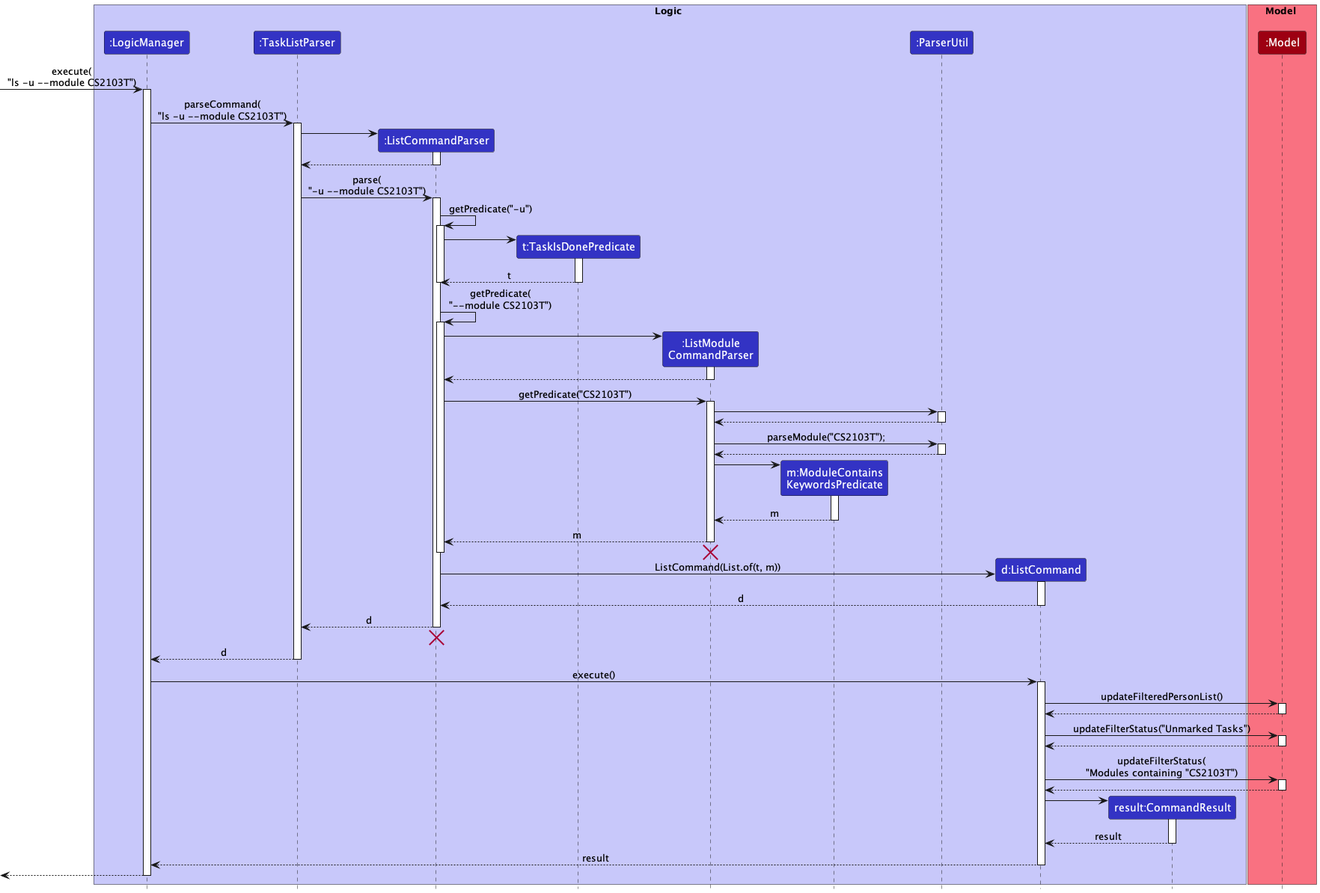
The PlantUML diagram docs/images/ListSequenceDiagram.png in nus-cs2103-AY2223S1/tp, before a commit.
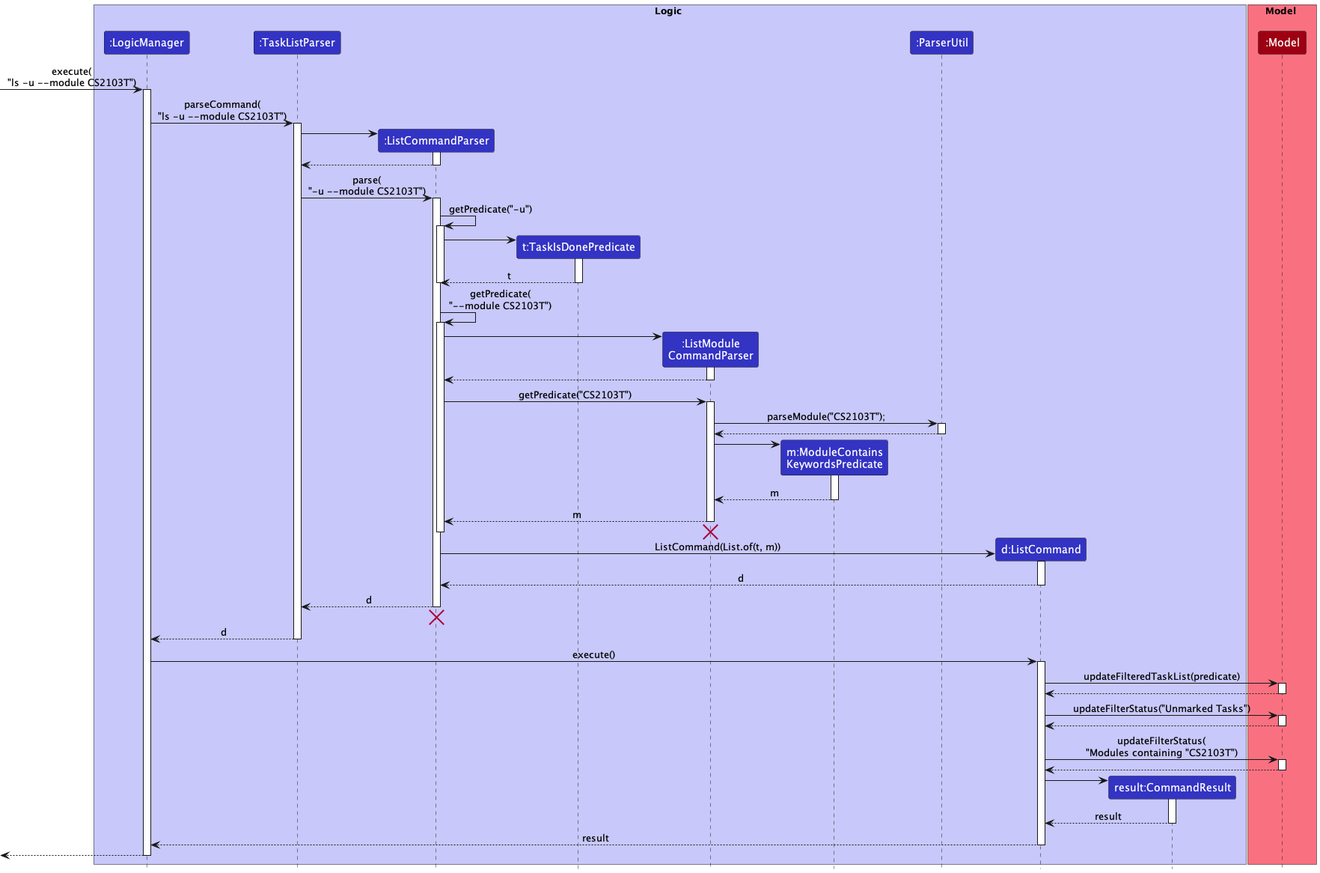
After the change.

The edit, as a diff of the source:
```diff
@@ -58,12 +58,6 @@
 ListCommandParser -> ListModuleCommandParser : getPredicate("CS2103T")
 activate ListModuleCommandParser
 
-ListModuleCommandParser -> ParserUtil
-activate ParserUtil
-
-ParserUtil --> ListModuleCommandParser
-deactivate ParserUtil
-
 ListModuleCommandParser -> ParserUtil : parseModule("CS2103T");
 activate ParserUtil
 
@@ -104,7 +98,7 @@
 LogicManager -> ListCommand : execute()
 activate ListCommand
 
-ListCommand -> Model : updateFilteredPersonList()
+ListCommand -> Model : updateFilteredTaskList(predicate)
 activate Model
 
 Model --> ListCommand
```
